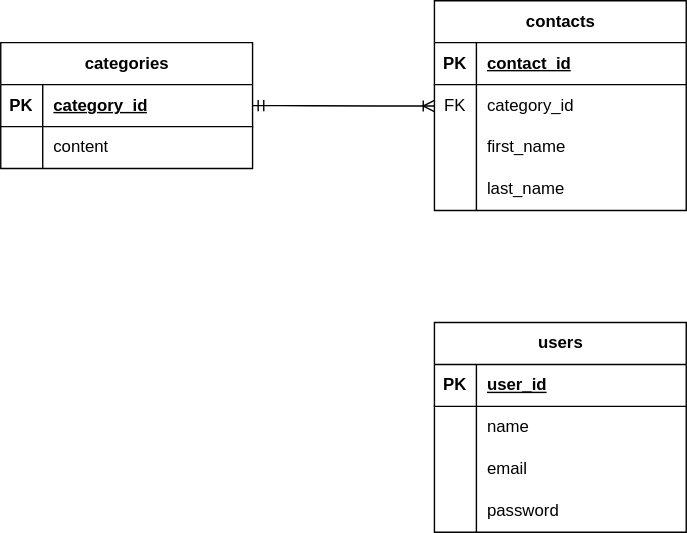
The draw.io diagram images/ER-core_v1.svg in to-4/ct-test-contact-form, before a commit. Source tidied: cells renumbered, new cells last; positions are measured from the earlier drawing's top-left corner, leaving out a move shared by most shapes.
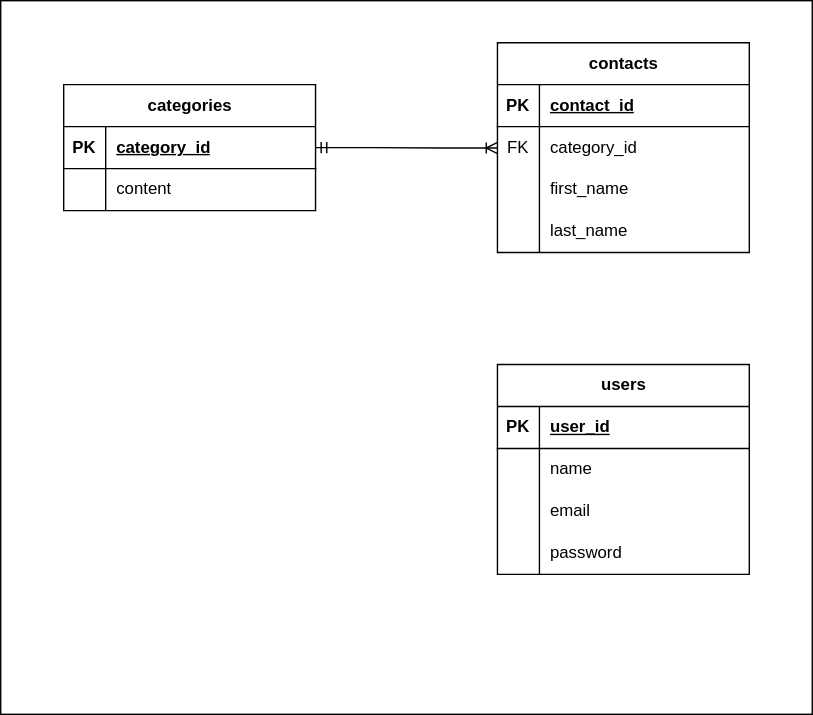
The same file after the commit.

The edit, as a diff of the source:
```diff
@@ -1,126 +1,129 @@
-<mxGraphModel>
+<mxGraphModel background="#ffffff">
   <root>
     <mxCell id="0" />
     <mxCell id="1" parent="0" />
+    <mxCell id="36" style="rounded=0;whiteSpace=wrap;html=1;" parent="1" vertex="1">
+      <mxGeometry x="-45" y="-30" width="580" height="510" as="geometry" />
+    </mxCell>
     <mxCell id="2" value="categories" style="shape=table;startSize=30;rowLines=0;fontStyle=1;align=center;html=1;" parent="1" vertex="1">
       <mxGeometry y="30" width="180" height="90" as="geometry" />
     </mxCell>
-    <mxCell id="3" style="shape=tableRow;horizontal=0;startSize=0;swimlaneHead=0;swimlaneBody=0;fillColor=none;points=[[0,0.5],[1,0.5]];portConstraint=eastwest;top=0;left=0;right=0;bottom=1;" parent="2" vertex="1">
-      <mxGeometry y="30" width="180" height="30" as="geometry" />
-    </mxCell>
-    <mxCell id="4" value="PK" style="shape=partialRectangle;fillColor=none;top=0;left=0;bottom=0;right=0;fontStyle=1;overflow=hidden;whiteSpace=wrap;html=1;" parent="3" vertex="1">
-      <mxGeometry width="30" height="30" as="geometry" />
-    </mxCell>
+    <mxCell id="37" style="shape=tableRow;horizontal=0;startSize=0;swimlaneHead=0;swimlaneBody=0;fillColor=none;points=[[0,0.5],[1,0.5]];portConstraint=eastwest;top=0;left=0;right=0;bottom=1;" parent="2" vertex="1">
+      <mxGeometry y="30" width="180" height="30" as="geometry" />
+    </mxCell>
+    <mxCell id="38" value="PK" style="shape=partialRectangle;fillColor=none;top=0;left=0;bottom=0;right=0;fontStyle=1;overflow=hidden;whiteSpace=wrap;html=1;" parent="37" vertex="1">
+      <mxGeometry width="30" height="30" as="geometry" />
+    </mxCell>
-    <mxCell id="5" value="category_id" style="shape=partialRectangle;fillColor=none;top=0;left=0;bottom=0;right=0;align=left;spacingLeft=6;fontStyle=5;overflow=hidden;whiteSpace=wrap;html=1;" parent="3" vertex="1">
+    <mxCell id="5" value="category_id" style="shape=partialRectangle;fillColor=none;top=0;left=0;bottom=0;right=0;align=left;spacingLeft=6;fontStyle=5;overflow=hidden;whiteSpace=wrap;html=1;" parent="37" vertex="1">
       <mxGeometry x="30" width="150" height="30" as="geometry" />
     </mxCell>
-    <mxCell id="6" style="shape=tableRow;horizontal=0;startSize=0;swimlaneHead=0;swimlaneBody=0;fillColor=none;top=0;left=0;right=0;bottom=0;" parent="2" vertex="1">
-      <mxGeometry y="60" width="180" height="30" as="geometry" />
-    </mxCell>
-    <mxCell id="7" style="shape=partialRectangle;fillColor=none;top=0;left=0;bottom=0;right=0;overflow=hidden;whiteSpace=wrap;html=1;" parent="6" vertex="1">
-      <mxGeometry width="30" height="30" as="geometry" />
-    </mxCell>
+    <mxCell id="39" style="shape=tableRow;horizontal=0;startSize=0;swimlaneHead=0;swimlaneBody=0;fillColor=none;top=0;left=0;right=0;bottom=0;" parent="2" vertex="1">
+      <mxGeometry y="60" width="180" height="30" as="geometry" />
+    </mxCell>
+    <mxCell id="40" style="shape=partialRectangle;fillColor=none;top=0;left=0;bottom=0;right=0;overflow=hidden;whiteSpace=wrap;html=1;" parent="39" vertex="1">
+      <mxGeometry width="30" height="30" as="geometry" />
+    </mxCell>
-    <mxCell id="8" value="content" style="shape=partialRectangle;fillColor=none;top=0;left=0;bottom=0;right=0;align=left;spacingLeft=6;overflow=hidden;whiteSpace=wrap;html=1;" parent="6" vertex="1">
+    <mxCell id="8" value="content" style="shape=partialRectangle;fillColor=none;top=0;left=0;bottom=0;right=0;align=left;spacingLeft=6;overflow=hidden;whiteSpace=wrap;html=1;" parent="39" vertex="1">
       <mxGeometry x="30" width="150" height="30" as="geometry" />
     </mxCell>
     <mxCell id="9" value="contacts" style="shape=table;startSize=30;rowLines=0;fontStyle=1;align=center;html=1;" parent="1" vertex="1">
       <mxGeometry x="310" width="180" height="150" as="geometry" />
     </mxCell>
-    <mxCell id="10" style="shape=tableRow;horizontal=0;startSize=0;swimlaneHead=0;swimlaneBody=0;fillColor=none;top=0;left=0;right=0;bottom=1;" parent="9" vertex="1">
-      <mxGeometry y="30" width="180" height="30" as="geometry" />
-    </mxCell>
-    <mxCell id="11" value="PK" style="shape=partialRectangle;fillColor=none;top=0;left=0;bottom=0;right=0;fontStyle=1;overflow=hidden;whiteSpace=wrap;html=1;" parent="10" vertex="1">
-      <mxGeometry width="30" height="30" as="geometry" />
-    </mxCell>
+    <mxCell id="41" style="shape=tableRow;horizontal=0;startSize=0;swimlaneHead=0;swimlaneBody=0;fillColor=none;top=0;left=0;right=0;bottom=1;" parent="9" vertex="1">
+      <mxGeometry y="30" width="180" height="30" as="geometry" />
+    </mxCell>
+    <mxCell id="42" value="PK" style="shape=partialRectangle;fillColor=none;top=0;left=0;bottom=0;right=0;fontStyle=1;overflow=hidden;whiteSpace=wrap;html=1;" parent="41" vertex="1">
+      <mxGeometry width="30" height="30" as="geometry" />
+    </mxCell>
-    <mxCell id="12" value="contact_id" style="shape=partialRectangle;fillColor=none;top=0;left=0;bottom=0;right=0;align=left;spacingLeft=6;fontStyle=5;overflow=hidden;whiteSpace=wrap;html=1;" parent="10" vertex="1">
+    <mxCell id="12" value="contact_id" style="shape=partialRectangle;fillColor=none;top=0;left=0;bottom=0;right=0;align=left;spacingLeft=6;fontStyle=5;overflow=hidden;whiteSpace=wrap;html=1;" parent="41" vertex="1">
       <mxGeometry x="30" width="150" height="30" as="geometry" />
     </mxCell>
-    <mxCell id="13" style="shape=tableRow;horizontal=0;startSize=0;swimlaneHead=0;swimlaneBody=0;fillColor=none;top=0;left=0;right=0;bottom=0;" parent="9" vertex="1">
-      <mxGeometry y="60" width="180" height="30" as="geometry" />
-    </mxCell>
+    <mxCell id="43" style="shape=tableRow;horizontal=0;startSize=0;swimlaneHead=0;swimlaneBody=0;fillColor=none;top=0;left=0;right=0;bottom=0;" parent="9" vertex="1">
+      <mxGeometry y="60" width="180" height="30" as="geometry" />
+    </mxCell>
-    <mxCell id="14" value="FK" style="shape=partialRectangle;fillColor=none;top=0;left=0;bottom=0;right=0;overflow=hidden;whiteSpace=wrap;html=1;" parent="13" vertex="1">
+    <mxCell id="14" value="FK" style="shape=partialRectangle;fillColor=none;top=0;left=0;bottom=0;right=0;overflow=hidden;whiteSpace=wrap;html=1;" parent="43" vertex="1">
       <mxGeometry width="30" height="30" as="geometry" />
     </mxCell>
-    <mxCell id="15" value="category_id" style="shape=partialRectangle;fillColor=none;top=0;left=0;bottom=0;right=0;align=left;spacingLeft=6;overflow=hidden;whiteSpace=wrap;html=1;" parent="13" vertex="1">
+    <mxCell id="15" value="category_id" style="shape=partialRectangle;fillColor=none;top=0;left=0;bottom=0;right=0;align=left;spacingLeft=6;overflow=hidden;whiteSpace=wrap;html=1;" parent="43" vertex="1">
       <mxGeometry x="30" width="150" height="30" as="geometry" />
     </mxCell>
-    <mxCell id="16" style="shape=tableRow;horizontal=0;startSize=0;swimlaneHead=0;swimlaneBody=0;fillColor=none;top=0;left=0;right=0;bottom=0;" parent="9" vertex="1">
-      <mxGeometry y="90" width="180" height="30" as="geometry" />
-    </mxCell>
-    <mxCell id="17" style="shape=partialRectangle;fillColor=none;top=0;left=0;bottom=0;right=0;overflow=hidden;whiteSpace=wrap;html=1;" parent="16" vertex="1">
-      <mxGeometry width="30" height="30" as="geometry" />
-    </mxCell>
+    <mxCell id="44" style="shape=tableRow;horizontal=0;startSize=0;swimlaneHead=0;swimlaneBody=0;fillColor=none;top=0;left=0;right=0;bottom=0;" parent="9" vertex="1">
+      <mxGeometry y="90" width="180" height="30" as="geometry" />
+    </mxCell>
+    <mxCell id="45" style="shape=partialRectangle;fillColor=none;top=0;left=0;bottom=0;right=0;overflow=hidden;whiteSpace=wrap;html=1;" parent="44" vertex="1">
+      <mxGeometry width="30" height="30" as="geometry" />
+    </mxCell>
-    <mxCell id="18" value="first_name" style="shape=partialRectangle;fillColor=none;top=0;left=0;bottom=0;right=0;align=left;spacingLeft=6;overflow=hidden;whiteSpace=wrap;html=1;" parent="16" vertex="1">
+    <mxCell id="18" value="first_name" style="shape=partialRectangle;fillColor=none;top=0;left=0;bottom=0;right=0;align=left;spacingLeft=6;overflow=hidden;whiteSpace=wrap;html=1;" parent="44" vertex="1">
       <mxGeometry x="30" width="150" height="30" as="geometry" />
     </mxCell>
-    <mxCell id="19" style="shape=tableRow;horizontal=0;startSize=0;swimlaneHead=0;swimlaneBody=0;fillColor=none;top=0;left=0;right=0;bottom=0;" parent="9" vertex="1">
-      <mxGeometry y="120" width="180" height="30" as="geometry" />
-    </mxCell>
-    <mxCell id="20" style="shape=partialRectangle;fillColor=none;top=0;left=0;bottom=0;right=0;overflow=hidden;whiteSpace=wrap;html=1;" parent="19" vertex="1">
-      <mxGeometry width="30" height="30" as="geometry" />
-    </mxCell>
+    <mxCell id="46" style="shape=tableRow;horizontal=0;startSize=0;swimlaneHead=0;swimlaneBody=0;fillColor=none;top=0;left=0;right=0;bottom=0;" parent="9" vertex="1">
+      <mxGeometry y="120" width="180" height="30" as="geometry" />
+    </mxCell>
+    <mxCell id="47" style="shape=partialRectangle;fillColor=none;top=0;left=0;bottom=0;right=0;overflow=hidden;whiteSpace=wrap;html=1;" parent="46" vertex="1">
+      <mxGeometry width="30" height="30" as="geometry" />
+    </mxCell>
-    <mxCell id="21" value="last_name" style="shape=partialRectangle;fillColor=none;top=0;left=0;bottom=0;right=0;align=left;spacingLeft=6;overflow=hidden;whiteSpace=wrap;html=1;" parent="19" vertex="1">
+    <mxCell id="21" value="last_name" style="shape=partialRectangle;fillColor=none;top=0;left=0;bottom=0;right=0;align=left;spacingLeft=6;overflow=hidden;whiteSpace=wrap;html=1;" parent="46" vertex="1">
       <mxGeometry x="30" width="150" height="30" as="geometry" />
     </mxCell>
     <mxCell id="22" value="users" style="shape=table;startSize=30;rowLines=0;fontStyle=1;align=center;html=1;" parent="1" vertex="1">
       <mxGeometry x="310" y="230" width="180" height="150" as="geometry" />
     </mxCell>
-    <mxCell id="23" style="shape=tableRow;horizontal=0;startSize=0;swimlaneHead=0;swimlaneBody=0;fillColor=none;top=0;left=0;right=0;bottom=1;" parent="22" vertex="1">
-      <mxGeometry y="30" width="180" height="30" as="geometry" />
-    </mxCell>
-    <mxCell id="24" value="PK" style="shape=partialRectangle;fillColor=none;top=0;left=0;bottom=0;right=0;fontStyle=1;overflow=hidden;whiteSpace=wrap;html=1;" parent="23" vertex="1">
-      <mxGeometry width="30" height="30" as="geometry" />
-    </mxCell>
+    <mxCell id="48" style="shape=tableRow;horizontal=0;startSize=0;swimlaneHead=0;swimlaneBody=0;fillColor=none;top=0;left=0;right=0;bottom=1;" parent="22" vertex="1">
+      <mxGeometry y="30" width="180" height="30" as="geometry" />
+    </mxCell>
+    <mxCell id="49" value="PK" style="shape=partialRectangle;fillColor=none;top=0;left=0;bottom=0;right=0;fontStyle=1;overflow=hidden;whiteSpace=wrap;html=1;" parent="48" vertex="1">
+      <mxGeometry width="30" height="30" as="geometry" />
+    </mxCell>
-    <mxCell id="25" value="user_id" style="shape=partialRectangle;fillColor=none;top=0;left=0;bottom=0;right=0;align=left;spacingLeft=6;fontStyle=5;overflow=hidden;whiteSpace=wrap;html=1;" parent="23" vertex="1">
+    <mxCell id="25" value="user_id" style="shape=partialRectangle;fillColor=none;top=0;left=0;bottom=0;right=0;align=left;spacingLeft=6;fontStyle=5;overflow=hidden;whiteSpace=wrap;html=1;" parent="48" vertex="1">
       <mxGeometry x="30" width="150" height="30" as="geometry" />
     </mxCell>
-    <mxCell id="26" style="shape=tableRow;horizontal=0;startSize=0;swimlaneHead=0;swimlaneBody=0;fillColor=none;top=0;left=0;right=0;bottom=0;" parent="22" vertex="1">
-      <mxGeometry y="60" width="180" height="30" as="geometry" />
-    </mxCell>
-    <mxCell id="27" style="shape=partialRectangle;fillColor=none;top=0;left=0;bottom=0;right=0;overflow=hidden;whiteSpace=wrap;html=1;" parent="26" vertex="1">
-      <mxGeometry width="30" height="30" as="geometry" />
-    </mxCell>
+    <mxCell id="50" style="shape=tableRow;horizontal=0;startSize=0;swimlaneHead=0;swimlaneBody=0;fillColor=none;top=0;left=0;right=0;bottom=0;" parent="22" vertex="1">
+      <mxGeometry y="60" width="180" height="30" as="geometry" />
+    </mxCell>
+    <mxCell id="51" style="shape=partialRectangle;fillColor=none;top=0;left=0;bottom=0;right=0;overflow=hidden;whiteSpace=wrap;html=1;" parent="50" vertex="1">
+      <mxGeometry width="30" height="30" as="geometry" />
+    </mxCell>
-    <mxCell id="28" value="name" style="shape=partialRectangle;fillColor=none;top=0;left=0;bottom=0;right=0;align=left;spacingLeft=6;overflow=hidden;whiteSpace=wrap;html=1;" parent="26" vertex="1">
+    <mxCell id="28" value="name" style="shape=partialRectangle;fillColor=none;top=0;left=0;bottom=0;right=0;align=left;spacingLeft=6;overflow=hidden;whiteSpace=wrap;html=1;" parent="50" vertex="1">
       <mxGeometry x="30" width="150" height="30" as="geometry" />
     </mxCell>
-    <mxCell id="29" style="shape=tableRow;horizontal=0;startSize=0;swimlaneHead=0;swimlaneBody=0;fillColor=none;top=0;left=0;right=0;bottom=0;" parent="22" vertex="1">
-      <mxGeometry y="90" width="180" height="30" as="geometry" />
-    </mxCell>
-    <mxCell id="30" style="shape=partialRectangle;fillColor=none;top=0;left=0;bottom=0;right=0;overflow=hidden;whiteSpace=wrap;html=1;" parent="29" vertex="1">
-      <mxGeometry width="30" height="30" as="geometry" />
-    </mxCell>
+    <mxCell id="52" style="shape=tableRow;horizontal=0;startSize=0;swimlaneHead=0;swimlaneBody=0;fillColor=none;top=0;left=0;right=0;bottom=0;" parent="22" vertex="1">
+      <mxGeometry y="90" width="180" height="30" as="geometry" />
+    </mxCell>
+    <mxCell id="53" style="shape=partialRectangle;fillColor=none;top=0;left=0;bottom=0;right=0;overflow=hidden;whiteSpace=wrap;html=1;" parent="52" vertex="1">
+      <mxGeometry width="30" height="30" as="geometry" />
+    </mxCell>
-    <mxCell id="31" value="email" style="shape=partialRectangle;fillColor=none;top=0;left=0;bottom=0;right=0;align=left;spacingLeft=6;overflow=hidden;whiteSpace=wrap;html=1;" parent="29" vertex="1">
+    <mxCell id="31" value="email" style="shape=partialRectangle;fillColor=none;top=0;left=0;bottom=0;right=0;align=left;spacingLeft=6;overflow=hidden;whiteSpace=wrap;html=1;" parent="52" vertex="1">
       <mxGeometry x="30" width="150" height="30" as="geometry" />
     </mxCell>
-    <mxCell id="32" style="shape=tableRow;horizontal=0;startSize=0;swimlaneHead=0;swimlaneBody=0;fillColor=none;top=0;left=0;right=0;bottom=0;" parent="22" vertex="1">
-      <mxGeometry y="120" width="180" height="30" as="geometry" />
-    </mxCell>
-    <mxCell id="33" style="shape=partialRectangle;fillColor=none;top=0;left=0;bottom=0;right=0;overflow=hidden;whiteSpace=wrap;html=1;" parent="32" vertex="1">
-      <mxGeometry width="30" height="30" as="geometry" />
-    </mxCell>
+    <mxCell id="54" style="shape=tableRow;horizontal=0;startSize=0;swimlaneHead=0;swimlaneBody=0;fillColor=none;top=0;left=0;right=0;bottom=0;" parent="22" vertex="1">
+      <mxGeometry y="120" width="180" height="30" as="geometry" />
+    </mxCell>
+    <mxCell id="55" style="shape=partialRectangle;fillColor=none;top=0;left=0;bottom=0;right=0;overflow=hidden;whiteSpace=wrap;html=1;" parent="54" vertex="1">
+      <mxGeometry width="30" height="30" as="geometry" />
+    </mxCell>
-    <mxCell id="34" value="password" style="shape=partialRectangle;fillColor=none;top=0;left=0;bottom=0;right=0;align=left;spacingLeft=6;overflow=hidden;whiteSpace=wrap;html=1;" parent="32" vertex="1">
+    <mxCell id="34" value="password" style="shape=partialRectangle;fillColor=none;top=0;left=0;bottom=0;right=0;align=left;spacingLeft=6;overflow=hidden;whiteSpace=wrap;html=1;" parent="54" vertex="1">
       <mxGeometry x="30" width="150" height="30" as="geometry" />
     </mxCell>
-    <mxCell id="35" style="edgeStyle=entityRelationEdgeStyle;fontSize=12;html=1;endArrow=ERoneToMany;startArrow=ERmandOne;entryX=-0.006;entryY=0.343;entryDx=0;entryDy=0;entryPerimeter=0;endFill=0;exitX=1;exitY=0.5;exitDx=0;exitDy=0;" parent="1" edge="1" source="3">
-      <mxGeometry relative="1" as="geometry">
-        <mxPoint x="310" y="75.3" as="targetPoint" />
-        <Array as="points">
-          <mxPoint x="297.3" y="377" />
-          <mxPoint x="246.1" y="395" />
-          <mxPoint x="351.1" y="395" />
-          <mxPoint x="341.1" y="375" />
-          <mxPoint x="291.1" y="375" />
-          <mxPoint x="231.1" y="385" />
-          <mxPoint x="491.1" y="405" />
-          <mxPoint x="411.1" y="405" />
-          <mxPoint x="401.1" y="455" />
-          <mxPoint x="411.1" y="405" />
-          <mxPoint x="317.3" y="335" />
-          <mxPoint x="287.3" y="385" />
-          <mxPoint x="297.3" y="377" />
-          <mxPoint x="317.3" y="375" />
-        </Array>
-      </mxGeometry>
-    </mxCell>
+    <mxCell id="56" style="edgeStyle=entityRelationEdgeStyle;fontSize=12;html=1;endArrow=ERoneToMany;startArrow=ERmandOne;entryX=-0.006;entryY=0.343;entryDx=0;entryDy=0;entryPerimeter=0;endFill=0;exitX=1;exitY=0.5;exitDx=0;exitDy=0;" parent="1" edge="1" source="37">
+      <mxGeometry relative="1" as="geometry">
+        <mxPoint x="310" y="75.3" as="targetPoint" />
+        <Array as="points">
+          <mxPoint x="297.3" y="377" />
+          <mxPoint x="246.1" y="395" />
+          <mxPoint x="351.1" y="395" />
+          <mxPoint x="341.1" y="375" />
+          <mxPoint x="291.1" y="375" />
+          <mxPoint x="231.1" y="385" />
+          <mxPoint x="491.1" y="405" />
+          <mxPoint x="411.1" y="405" />
+          <mxPoint x="401.1" y="455" />
+          <mxPoint x="411.1" y="405" />
+          <mxPoint x="317.3" y="335" />
+          <mxPoint x="287.3" y="385" />
+          <mxPoint x="297.3" y="377" />
+          <mxPoint x="317.3" y="375" />
+        </Array>
+      </mxGeometry>
+    </mxCell>
   </root>
 </mxGraphModel>
```
